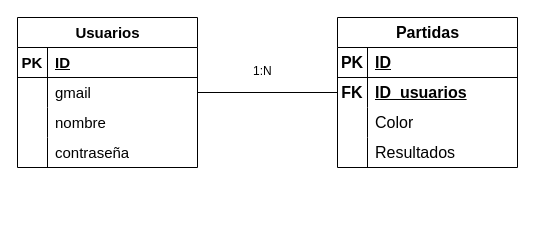
Above: Diagrama sin título.drawio in VicenteMuhr/proyecto_ajedrez (draw.io), before the change. Source tidied: cells renumbered, new cells numbered last; positions are measured from the earlier drawing's top-left corner, leaving out a move shared by most shapes. Both pictures are drawn from the tidied source at 100%, with x=0, y=0 at pixel (17, 17).
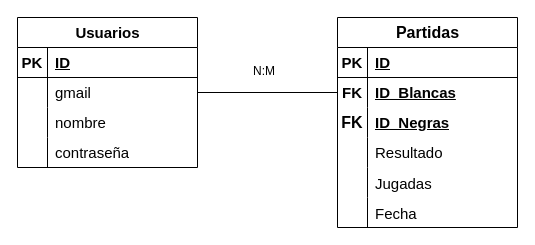
The same page after the edit.

Unchanged cells that the change refers to:
```xml
<mxCell id="16" style="shape=tableRow;horizontal=0;startSize=0;swimlaneHead=0;swimlaneBody=0;fillColor=none;top=0;left=0;right=0;bottom=1;fontSize=16;" parent="15" vertex="1">
  <mxGeometry y="30" width="180" height="30" as="geometry" />
</mxCell>
<mxCell id="19" style="shape=tableRow;horizontal=0;startSize=0;swimlaneHead=0;swimlaneBody=0;fillColor=none;top=0;left=0;right=0;bottom=0;fontSize=16;" parent="15" vertex="1">
  <mxGeometry y="60" width="180" height="30" as="geometry" />
</mxCell>
<mxCell id="22" style="shape=tableRow;horizontal=0;startSize=0;swimlaneHead=0;swimlaneBody=0;fillColor=none;top=0;left=0;right=0;bottom=0;fontSize=16;" parent="15" vertex="1">
  <mxGeometry y="90" width="180" height="30" as="geometry" />
</mxCell>
<mxCell id="25" style="shape=tableRow;horizontal=0;startSize=0;swimlaneHead=0;swimlaneBody=0;fillColor=none;top=0;left=0;right=0;bottom=0;fontSize=16;" parent="15" vertex="1">
  <mxGeometry y="120" width="180" height="30" as="geometry" />
</mxCell>
```

Diff of the diagram source:
```diff
@@
     <mxCell id="15" value="Partidas" style="shape=table;startSize=30;childLayout=tableLayout;rowLines=0;fontStyle=1;align=center;html=1;fontSize=16;" parent="1" vertex="1">
-      <mxGeometry x="320" width="180" height="150" as="geometry" />
+      <mxGeometry x="320" width="180" height="210" as="geometry" />
     </mxCell>
@@
-    <mxCell id="17" value="PK" style="shape=partialRectangle;fillColor=none;top=0;left=0;bottom=0;right=0;fontStyle=1;overflow=hidden;whiteSpace=wrap;html=1;fontSize=16;" parent="16" vertex="1">
+    <mxCell id="17" value="&lt;font style=&quot;font-size: 15px;&quot;&gt;PK&lt;/font&gt;" style="shape=partialRectangle;fillColor=none;top=0;left=0;bottom=0;right=0;fontStyle=1;overflow=hidden;whiteSpace=wrap;html=1;fontSize=16;" parent="16" vertex="1">
       <mxGeometry width="30" height="30" as="geometry" />
     </mxCell>
-    <mxCell id="18" value="ID" style="shape=partialRectangle;fillColor=none;top=0;left=0;bottom=0;right=0;align=left;spacingLeft=6;fontStyle=5;overflow=hidden;whiteSpace=wrap;html=1;fontSize=16;" parent="16" vertex="1">
+    <mxCell id="18" value="&lt;font style=&quot;font-size: 15px;&quot;&gt;ID&lt;/font&gt;" style="shape=partialRectangle;fillColor=none;top=0;left=0;bottom=0;right=0;align=left;spacingLeft=6;fontStyle=5;overflow=hidden;whiteSpace=wrap;html=1;fontSize=16;" parent="16" vertex="1">
       <mxGeometry x="30" width="150" height="30" as="geometry" />
     </mxCell>
@@
-    <mxCell id="20" value="&lt;b&gt;FK&lt;/b&gt;" style="shape=partialRectangle;fillColor=none;top=0;left=0;bottom=0;right=0;overflow=hidden;whiteSpace=wrap;html=1;fontSize=16;" parent="19" vertex="1">
+    <mxCell id="20" value="&lt;b&gt;&lt;font style=&quot;font-size: 15px;&quot;&gt;FK&lt;/font&gt;&lt;/b&gt;" style="shape=partialRectangle;fillColor=none;top=0;left=0;bottom=0;right=0;overflow=hidden;whiteSpace=wrap;html=1;fontSize=16;" parent="19" vertex="1">
       <mxGeometry width="30" height="30" as="geometry" />
     </mxCell>
-    <mxCell id="21" value="&lt;u&gt;&lt;b&gt;ID_usuarios&lt;/b&gt;&lt;/u&gt;" style="shape=partialRectangle;fillColor=none;top=0;left=0;bottom=0;right=0;align=left;spacingLeft=6;overflow=hidden;whiteSpace=wrap;html=1;fontSize=16;" parent="19" vertex="1">
+    <mxCell id="21" value="&lt;u&gt;&lt;b&gt;&lt;font style=&quot;font-size: 15px;&quot;&gt;ID_Blancas&lt;/font&gt;&lt;/b&gt;&lt;/u&gt;" style="shape=partialRectangle;fillColor=none;top=0;left=0;bottom=0;right=0;align=left;spacingLeft=6;overflow=hidden;whiteSpace=wrap;html=1;fontSize=16;" parent="19" vertex="1">
       <mxGeometry x="30" width="150" height="30" as="geometry" />
     </mxCell>
@@
-    <mxCell id="23" style="shape=partialRectangle;fillColor=none;top=0;left=0;bottom=0;right=0;overflow=hidden;whiteSpace=wrap;html=1;fontSize=16;" parent="22" vertex="1">
+    <mxCell id="23" value="&lt;b style=&quot;&quot;&gt;FK&lt;/b&gt;" style="shape=partialRectangle;fillColor=none;top=0;left=0;bottom=0;right=0;overflow=hidden;whiteSpace=wrap;html=1;fontSize=16;" parent="22" vertex="1">
       <mxGeometry width="30" height="30" as="geometry" />
     </mxCell>
-    <mxCell id="24" value="Color" style="shape=partialRectangle;fillColor=none;top=0;left=0;bottom=0;right=0;align=left;spacingLeft=6;overflow=hidden;whiteSpace=wrap;html=1;fontSize=16;" parent="22" vertex="1">
+    <mxCell id="24" value="&lt;font style=&quot;font-size: 15px;&quot;&gt;&lt;u&gt;&lt;b&gt;ID_Negras&lt;/b&gt;&lt;/u&gt;&lt;/font&gt;" style="shape=partialRectangle;fillColor=none;top=0;left=0;bottom=0;right=0;align=left;spacingLeft=6;overflow=hidden;whiteSpace=wrap;html=1;fontSize=16;" parent="22" vertex="1">
       <mxGeometry x="30" width="150" height="30" as="geometry" />
     </mxCell>
@@
-    <mxCell id="27" value="Resultados" style="shape=partialRectangle;fillColor=none;top=0;left=0;bottom=0;right=0;align=left;spacingLeft=6;overflow=hidden;whiteSpace=wrap;html=1;fontSize=16;" parent="25" vertex="1">
+    <mxCell id="27" value="&lt;font style=&quot;font-size: 15px;&quot;&gt;Resultado&lt;/font&gt;" style="shape=partialRectangle;fillColor=none;top=0;left=0;bottom=0;right=0;align=left;spacingLeft=6;overflow=hidden;whiteSpace=wrap;html=1;fontSize=16;" parent="25" vertex="1">
       <mxGeometry x="30" width="150" height="30" as="geometry" />
     </mxCell>
+    <mxCell id="30" style="shape=tableRow;horizontal=0;startSize=0;swimlaneHead=0;swimlaneBody=0;fillColor=none;top=0;left=0;right=0;bottom=0;fontSize=15;" parent="15" vertex="1">
+      <mxGeometry y="150" width="180" height="30" as="geometry" />
+    </mxCell>
+    <mxCell id="31" style="shape=partialRectangle;fillColor=none;top=0;left=0;bottom=0;right=0;overflow=hidden;fontSize=15;" parent="30" vertex="1">
+      <mxGeometry width="30" height="30" as="geometry" />
+    </mxCell>
+    <mxCell id="32" value="Jugadas" style="shape=partialRectangle;fillColor=none;top=0;left=0;bottom=0;right=0;align=left;spacingLeft=6;overflow=hidden;fontSize=15;" parent="30" vertex="1">
+      <mxGeometry x="30" width="150" height="30" as="geometry" />
+    </mxCell>
+    <mxCell id="33" style="shape=tableRow;horizontal=0;startSize=0;swimlaneHead=0;swimlaneBody=0;fillColor=none;top=0;left=0;right=0;bottom=0;fontSize=15;" parent="15" vertex="1">
+      <mxGeometry y="180" width="180" height="30" as="geometry" />
+    </mxCell>
+    <mxCell id="34" style="shape=partialRectangle;fillColor=none;top=0;left=0;bottom=0;right=0;overflow=hidden;fontSize=15;" parent="33" vertex="1">
+      <mxGeometry width="30" height="30" as="geometry" />
+    </mxCell>
+    <mxCell id="35" value="Fecha" style="shape=partialRectangle;fillColor=none;top=0;left=0;bottom=0;right=0;align=left;spacingLeft=6;overflow=hidden;fontSize=15;" parent="33" vertex="1">
+      <mxGeometry x="30" width="150" height="30" as="geometry" />
+    </mxCell>
@@
-    <mxCell id="29" value="1:N" style="text;strokeColor=none;fillColor=none;spacingLeft=4;spacingRight=4;overflow=hidden;fontSize=12;whiteSpace=wrap;html=1;" parent="1" vertex="1">
+    <mxCell id="29" value="N:M" style="text;strokeColor=none;fillColor=none;spacingLeft=4;spacingRight=4;overflow=hidden;fontSize=12;whiteSpace=wrap;html=1;" parent="1" vertex="1">
       <mxGeometry x="230" y="40" width="40" height="30" as="geometry" />
     </mxCell>
```
